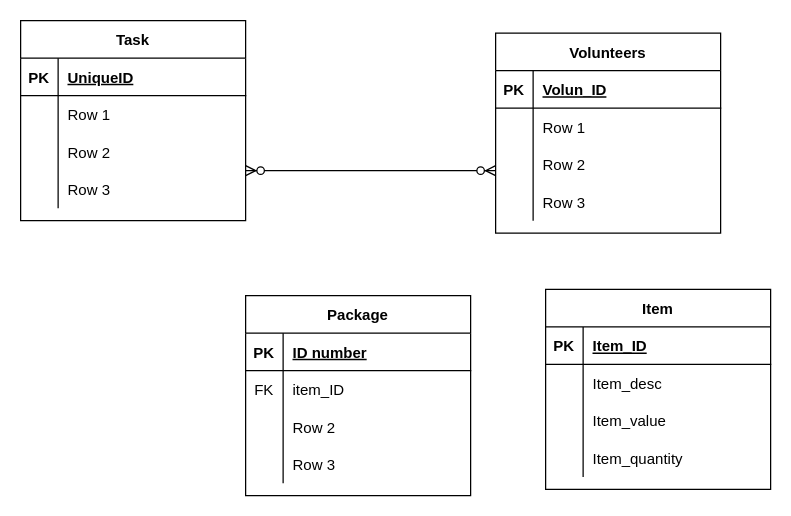
Tracey1217/Database-ERD-Team-Project keeps this draw.io diagram as Untitled Diagram.drawio. Above is the earlier version. Source tidied: cells renumbered, new cells numbered last; positions are measured from the earlier drawing's top-left corner, leaving out a move shared by most shapes. Both pictures are drawn from the tidied source at 125%, with x=0, y=0 at pixel (20, 20).
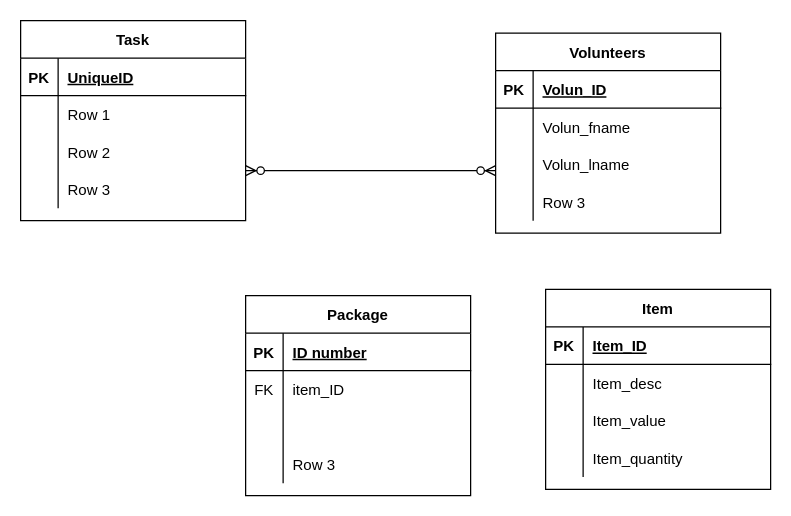
After the change.

The change refers to these unchanged cells:
```xml
<mxCell id="6" style="shape=partialRectangle;fillColor=none;top=0;left=0;bottom=0;right=0;" parent="2" vertex="1">
  <mxGeometry y="60" width="180" height="30" as="geometry" />
</mxCell>
<mxCell id="9" style="shape=partialRectangle;fillColor=none;top=0;left=0;bottom=0;right=0;" parent="2" vertex="1">
  <mxGeometry y="90" width="180" height="30" as="geometry" />
</mxCell>
<mxCell id="35" style="shape=partialRectangle;fillColor=none;top=0;left=0;bottom=0;right=0;" parent="28" vertex="1">
  <mxGeometry y="90" width="180" height="30" as="geometry" />
</mxCell>
```

What changed in the source:
```diff
@@
-    <mxCell id="8" value="Row 1" style="shape=partialRectangle;fillColor=none;top=0;left=0;bottom=0;right=0;align=left;spacingLeft=6;overflow=hidden;" parent="6" vertex="1">
+    <mxCell id="8" value="Volun_fname" style="shape=partialRectangle;fillColor=none;top=0;left=0;bottom=0;right=0;align=left;spacingLeft=6;overflow=hidden;" parent="6" vertex="1">
       <mxGeometry x="30" width="150" height="30" as="geometry" />
     </mxCell>
@@
-    <mxCell id="11" value="Row 2" style="shape=partialRectangle;fillColor=none;top=0;left=0;bottom=0;right=0;align=left;spacingLeft=6;overflow=hidden;" parent="9" vertex="1">
+    <mxCell id="11" value="Volun_lname" style="shape=partialRectangle;fillColor=none;top=0;left=0;bottom=0;right=0;align=left;spacingLeft=6;overflow=hidden;" parent="9" vertex="1">
       <mxGeometry x="30" width="150" height="30" as="geometry" />
     </mxCell>
@@
-    <mxCell id="37" value="Row 2" style="shape=partialRectangle;fillColor=none;top=0;left=0;bottom=0;right=0;align=left;spacingLeft=6;overflow=hidden;" parent="35" vertex="1">
+    <mxCell id="37" style="shape=partialRectangle;fillColor=none;top=0;left=0;bottom=0;right=0;align=left;spacingLeft=6;overflow=hidden;" parent="35" vertex="1">
       <mxGeometry x="30" width="150" height="30" as="geometry" />
     </mxCell>
```
